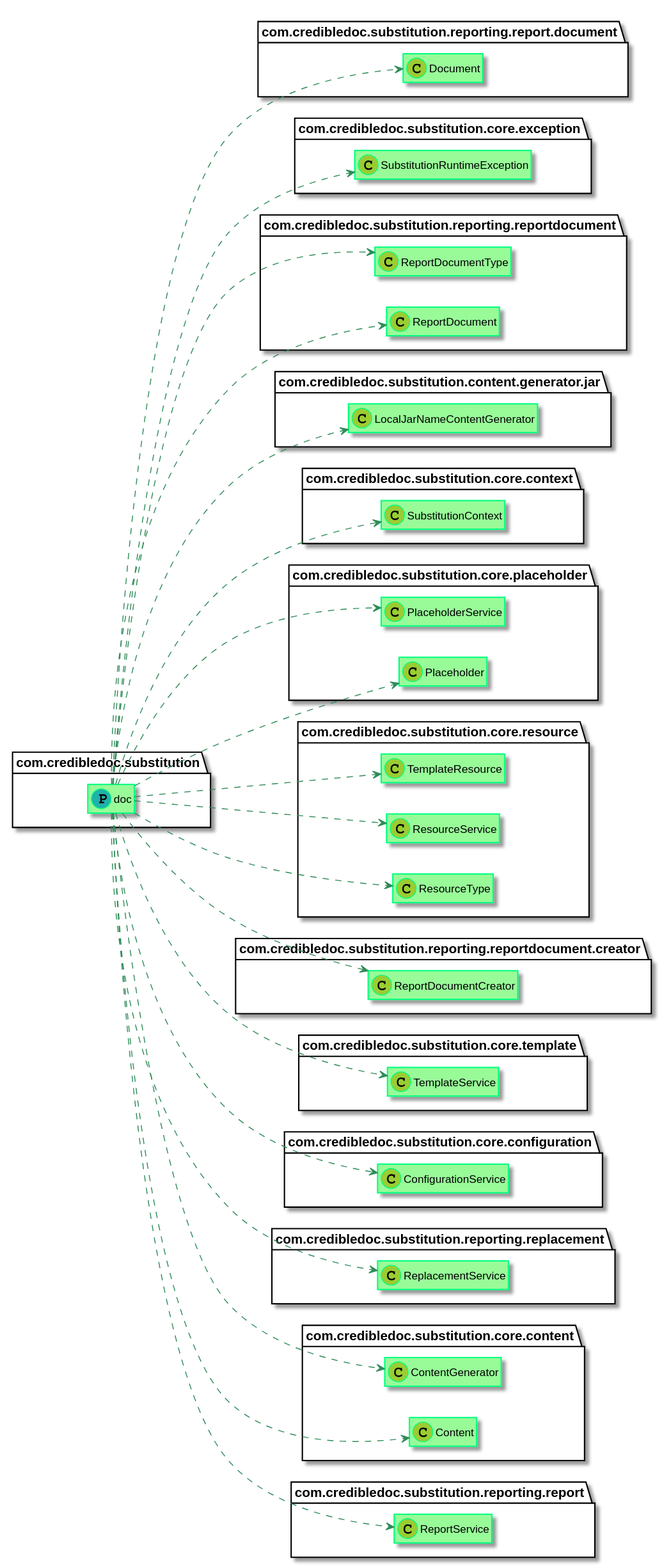
Before: credible-doc-generator/doc/img/diagrams.md_5.svg, a diagram exported from PlantUML (credibledoc/credible-doc).
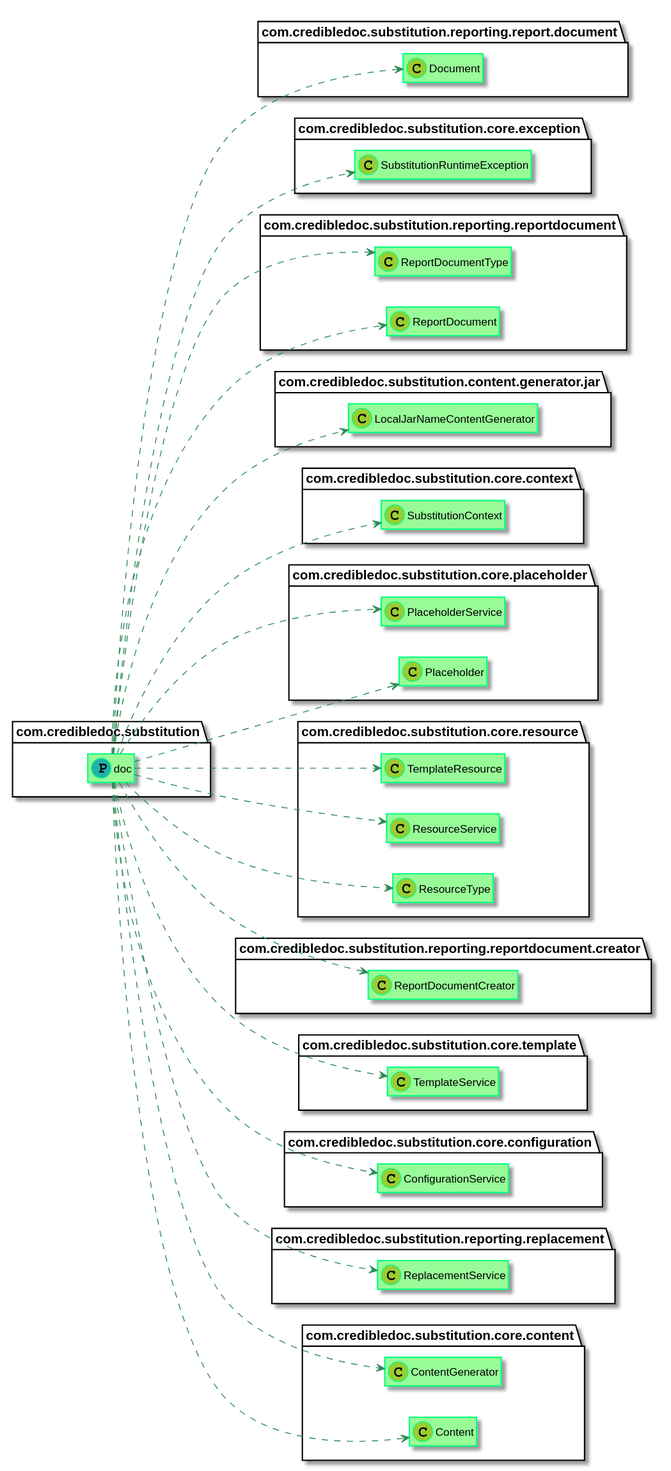
After the change.

Diff of the diagram source:
```diff
@@ -26,12 +26,10 @@
 Class com.credibledoc.substitution.reporting.reportdocument.ReportDocument << (C,YellowGreen) >>
 Class com.credibledoc.substitution.core.content.Content << (C,YellowGreen) >>
 Class com.credibledoc.substitution.core.placeholder.Placeholder << (C,YellowGreen) >>
-Class com.credibledoc.substitution.reporting.report.ReportService << (C,YellowGreen) >>
 com.credibledoc.substitution.doc ..> com.credibledoc.substitution.core.configuration.ConfigurationService
 com.credibledoc.substitution.doc ..> com.credibledoc.substitution.content.generator.jar.LocalJarNameContentGenerator
 com.credibledoc.substitution.doc ..> com.credibledoc.substitution.core.resource.TemplateResource
 com.credibledoc.substitution.doc ..> com.credibledoc.substitution.reporting.report.document.Document
-com.credibledoc.substitution.doc ..> com.credibledoc.substitution.reporting.report.ReportService
 com.credibledoc.substitution.doc ..> com.credibledoc.substitution.core.context.SubstitutionContext
 com.credibledoc.substitution.doc ..> com.credibledoc.substitution.reporting.reportdocument.ReportDocumentType
 com.credibledoc.substitution.doc ..> com.credibledoc.substitution.core.resource.ResourceType
```
